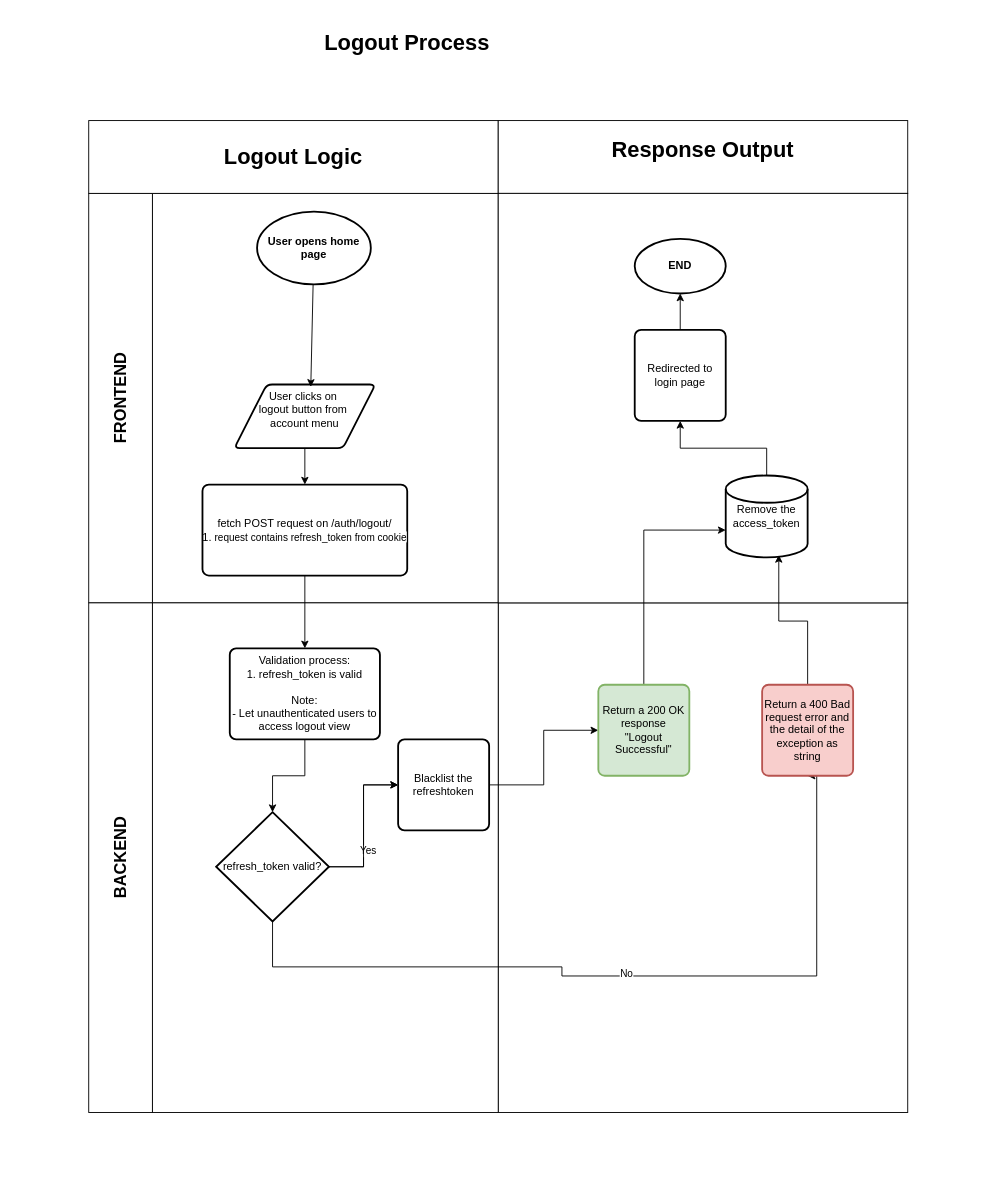
This is page "auth_logout-process" (2 of 3) of E-Commerce API Business Process.drawio from RHILIUS/drawio, a draw.io file, before an edit. Source tidied: cells renumbered, new cells numbered last; positions are measured from the earlier drawing's top-left corner, leaving out a move shared by most shapes. Both pictures are drawn from the tidied source at 91%, with x=0, y=0 at pixel (88, 20).
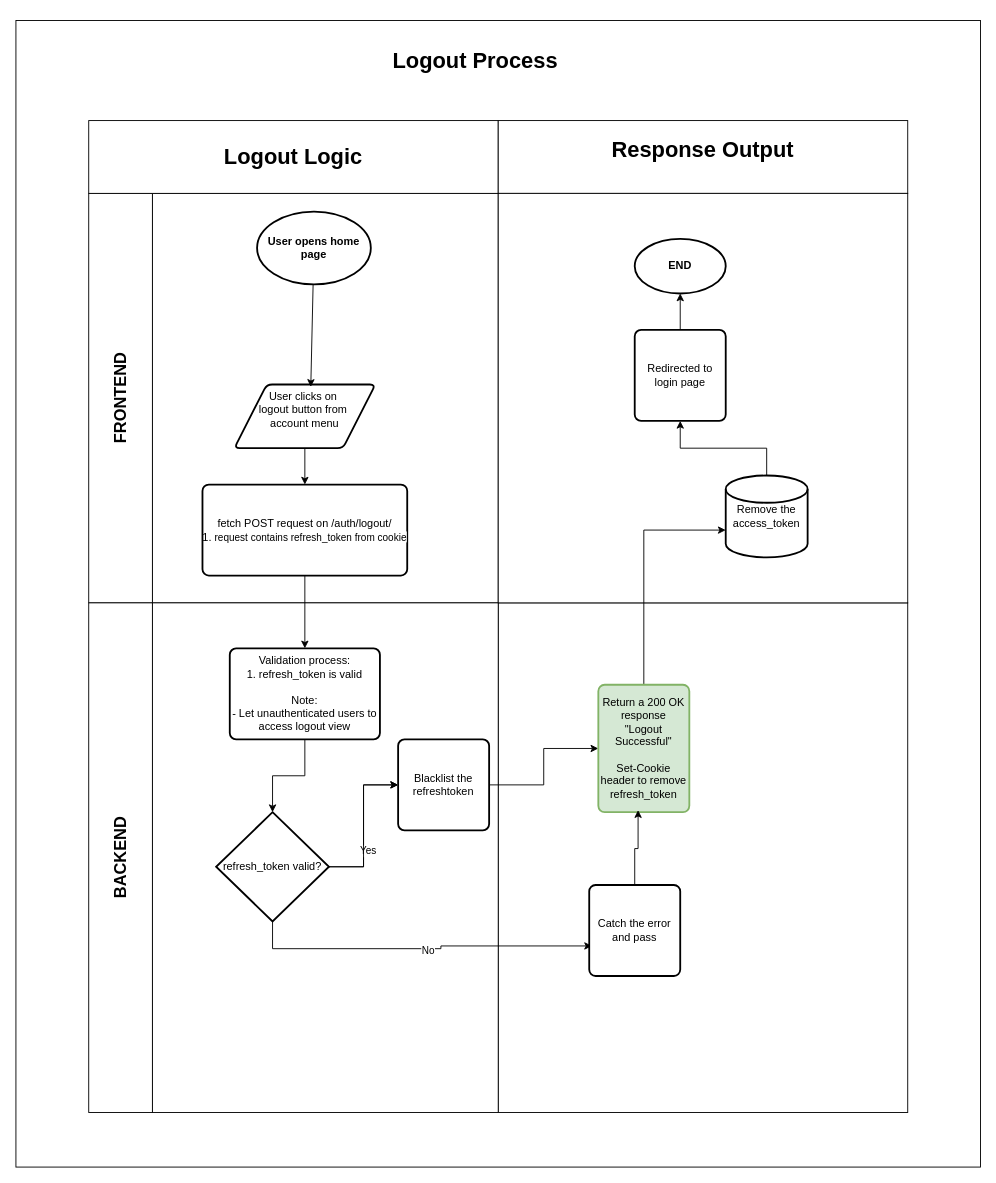
After the change.

Unchanged cells that the change refers to:
```xml
<mxCell id="21" value="refresh_token valid?" style="strokeWidth=2;html=1;shape=mxgraph.flowchart.decision;whiteSpace=wrap;" parent="1" vertex="1">
  <mxGeometry x="140" y="870" width="124" height="120" as="geometry" />
</mxCell>
<mxCell id="26" value="Blacklist the refreshtoken" style="rounded=1;whiteSpace=wrap;html=1;absoluteArcSize=1;arcSize=14;strokeWidth=2;" parent="1" vertex="1">
  <mxGeometry x="340" y="790" width="100" height="100" as="geometry" />
</mxCell>
<mxCell id="35" value="Remove the access_token" style="strokeWidth=2;html=1;shape=mxgraph.flowchart.database;whiteSpace=wrap;" parent="1" vertex="1">
  <mxGeometry x="700" y="500" width="90" height="90" as="geometry" />
</mxCell>
```

Diff of the diagram source:
```diff
@@
+    <mxCell id="36" style="rounded=0;whiteSpace=wrap;html=1;" parent="1" vertex="1">
+      <mxGeometry x="-80" width="1060" height="1260" as="geometry" />
+    </mxCell>
@@
     <mxCell id="3" value="&lt;h1&gt;Logout Process&lt;/h1&gt;" style="text;html=1;whiteSpace=wrap;strokeColor=none;fillColor=none;align=center;verticalAlign=middle;rounded=0;horizontal=1;" parent="1" vertex="1">
-      <mxGeometry x="215" width="270" height="50" as="geometry" />
+      <mxGeometry x="290" y="20" width="270" height="50" as="geometry" />
     </mxCell>
@@
-    <mxCell id="18" style="edgeStyle=orthogonalEdgeStyle;rounded=0;jettySize=auto;html=1;entryX=0.5;entryY=1;entryDx=0;entryDy=0;" parent="1" edge="1" source="21" target="28">
-      <mxGeometry relative="1" as="geometry">
-        <Array as="points">
-          <mxPoint x="202" y="1040" />
-          <mxPoint x="520" y="1040" />
-          <mxPoint x="520" y="1050" />
-          <mxPoint x="800" y="1050" />
-        </Array>
-      </mxGeometry>
-    </mxCell>
+    <mxCell id="20" style="edgeStyle=orthogonalEdgeStyle;rounded=0;jettySize=auto;html=1;" parent="1" edge="1" source="21" target="26">
+      <mxGeometry relative="1" as="geometry" />
+    </mxCell>
+    <mxCell id="37" style="edgeStyle=orthogonalEdgeStyle;rounded=0;jettySize=auto;html=1;entryX=0.031;entryY=0.67;entryDx=0;entryDy=0;entryPerimeter=0;" parent="1" edge="1" source="21" target="38">
+      <mxGeometry relative="1" as="geometry">
+        <Array as="points">
+          <mxPoint x="202" y="1020" />
+          <mxPoint x="387" y="1020" />
+          <mxPoint x="387" y="1017" />
+        </Array>
+      </mxGeometry>
+    </mxCell>
-    <mxCell id="19" value="No" style="edgeLabel;html=1;align=center;verticalAlign=middle;" parent="18" vertex="1">
-      <mxGeometry x="0.01" y="3" relative="1" as="geometry" />
+    <mxCell id="19" value="No" style="edgeLabel;html=1;align=center;verticalAlign=middle;" parent="37" vertex="1">
+      <mxGeometry x="0.04" y="-1" relative="1" as="geometry" />
     </mxCell>
-    <mxCell id="20" style="edgeStyle=orthogonalEdgeStyle;rounded=0;jettySize=auto;html=1;" parent="1" edge="1" source="21" target="26">
-      <mxGeometry relative="1" as="geometry" />
-    </mxCell>
@@
-    <mxCell id="27" style="edgeStyle=orthogonalEdgeStyle;rounded=0;jettySize=auto;html=1;entryX=0.648;entryY=0.97;entryDx=0;entryDy=0;entryPerimeter=0;" parent="1" edge="1" source="28" target="35">
-      <mxGeometry relative="1" as="geometry" />
-    </mxCell>
-    <mxCell id="28" value="Return a 400 Bad request error and the detail of the exception as string" style="rounded=1;whiteSpace=wrap;html=1;absoluteArcSize=1;arcSize=14;strokeWidth=2;fillColor=#f8cecc;strokeColor=#b85450;" parent="1" vertex="1">
-      <mxGeometry x="740" y="730" width="100" height="100" as="geometry" />
-    </mxCell>
@@
-    <mxCell id="30" value="Return a 200 OK response&lt;br&gt;&quot;Logout Successful&quot;" style="rounded=1;whiteSpace=wrap;html=1;absoluteArcSize=1;arcSize=14;strokeWidth=2;fillColor=#d5e8d4;strokeColor=#82b366;" parent="1" vertex="1">
-      <mxGeometry x="560" y="730" width="100" height="100" as="geometry" />
+    <mxCell id="30" value="Return a 200 OK response&lt;br&gt;&quot;Logout Successful&quot;&lt;br&gt;&lt;br&gt;Set-Cookie header to remove refresh_token" style="rounded=1;whiteSpace=wrap;html=1;absoluteArcSize=1;arcSize=14;strokeWidth=2;fillColor=#d5e8d4;strokeColor=#82b366;" parent="1" vertex="1">
+      <mxGeometry x="560" y="730" width="100" height="140" as="geometry" />
     </mxCell>
@@
+    <mxCell id="38" value="Catch the error and pass" style="rounded=1;whiteSpace=wrap;html=1;absoluteArcSize=1;arcSize=14;strokeWidth=2;" parent="1" vertex="1">
+      <mxGeometry x="550" y="950" width="100" height="100" as="geometry" />
+    </mxCell>
+    <mxCell id="39" style="edgeStyle=orthogonalEdgeStyle;rounded=0;jettySize=auto;html=1;entryX=0.437;entryY=0.984;entryDx=0;entryDy=0;entryPerimeter=0;" parent="1" edge="1" source="38" target="30">
+      <mxGeometry relative="1" as="geometry" />
+    </mxCell>
```
